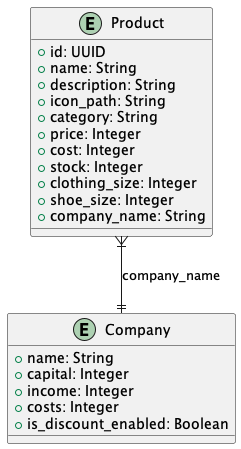
Above: docs/assets/img/architecture.png in MorganKryze/Clothes-Shop (PlantUML), before the change.
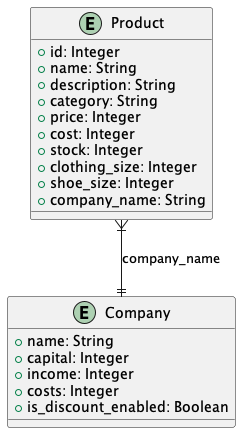
After the change.

What changed in the source:
```diff
@@ -1,10 +1,9 @@
 @startuml architecture
 
 entity Product {
-    + id: UUID
+    + id: Integer
     + name: String
     + description: String
-    + icon_path: String
     + category: String
     + price: Integer
     + cost: Integer
```
